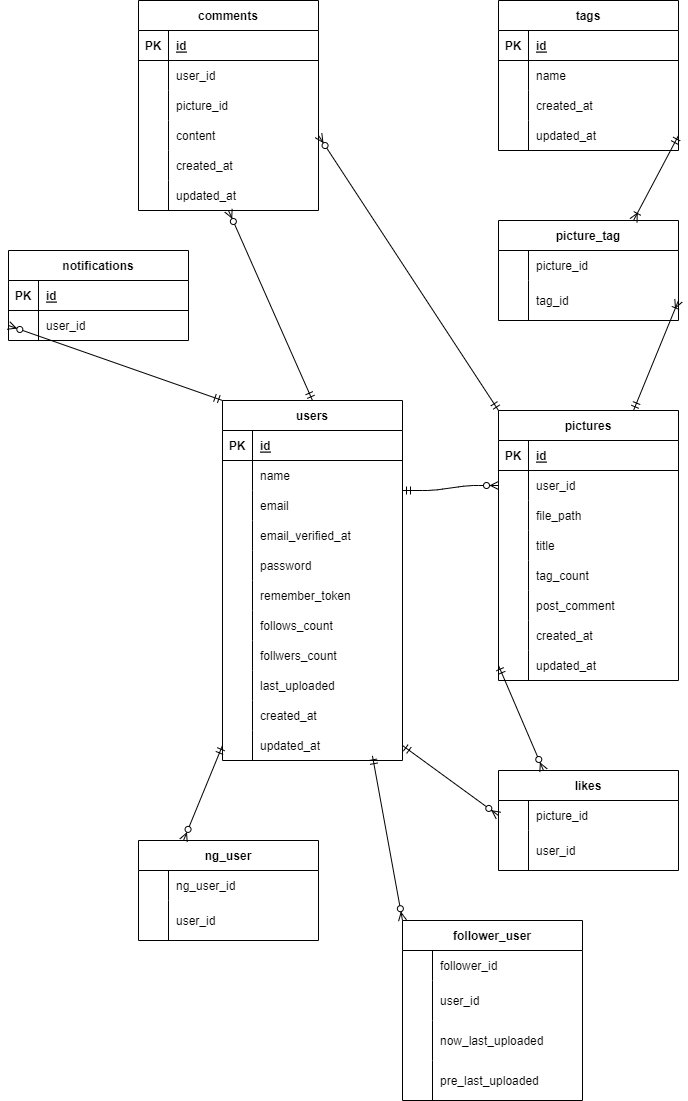
Before: picoo/picoo_backend/er.drawio.png, a diagram exported from draw.io (reth4e/picoo_Mashita). Source tidied: cells renumbered, new cells last; positions are measured from the earlier drawing's top-left corner, leaving out a move shared by most shapes.
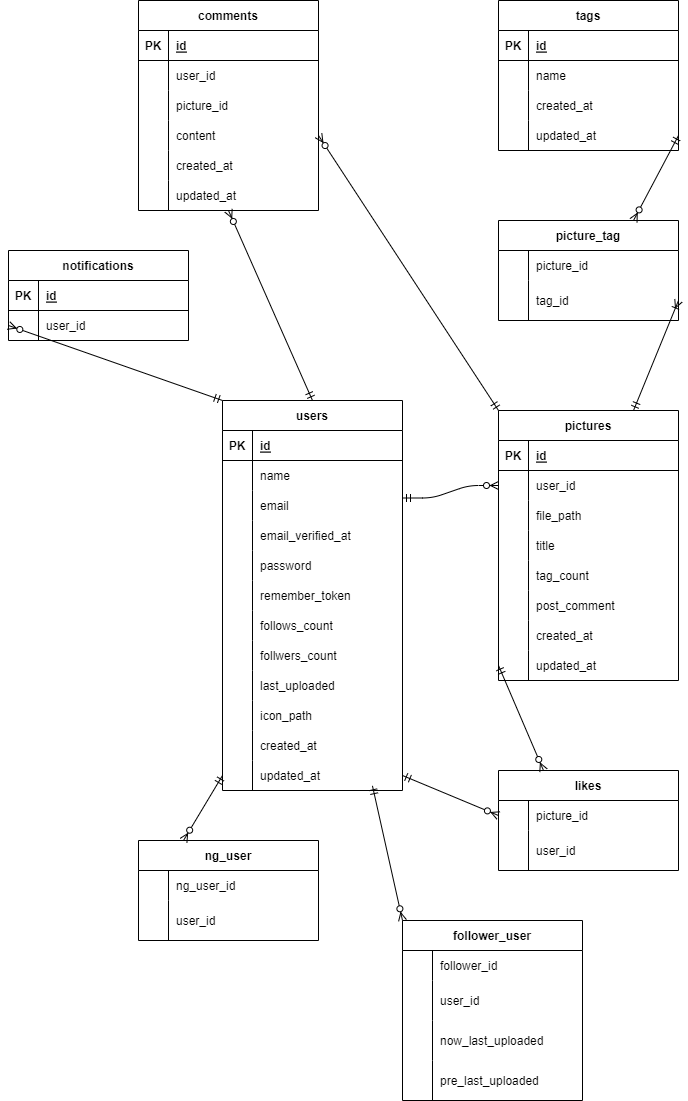
Later version of the same file.

The edit, as a diff of the source:
```diff
@@ -3,7 +3,7 @@
     <mxCell id="0" />
     <mxCell id="1" parent="0" />
     <mxCell id="2" value="users" style="shape=table;startSize=30;rowLines=0;fontStyle=1;align=center;" parent="1" vertex="1">
-      <mxGeometry x="214" y="400" width="180" height="360" as="geometry" />
+      <mxGeometry x="214" y="400" width="180" height="390" as="geometry" />
     </mxCell>
     <mxCell id="3" style="shape=tableRow;horizontal=0;startSize=0;swimlaneHead=0;swimlaneBody=0;fillColor=none;top=0;left=0;right=0;bottom=1;" parent="2" vertex="1">
       <mxGeometry y="30" width="180" height="30" as="geometry" />
@@ -86,8 +86,17 @@
     <mxCell id="29" value="last_uploaded" style="shape=partialRectangle;fillColor=none;top=0;left=0;bottom=0;right=0;align=left;spacingLeft=6;overflow=hidden;" parent="27" vertex="1">
       <mxGeometry x="30" width="150" height="30" as="geometry" />
     </mxCell>
+    <mxCell id="145" style="shape=tableRow;horizontal=0;startSize=0;swimlaneHead=0;swimlaneBody=0;fillColor=none;top=0;left=0;right=0;bottom=0;" parent="2" vertex="1">
+      <mxGeometry y="300" width="180" height="30" as="geometry" />
+    </mxCell>
+    <mxCell id="146" style="shape=partialRectangle;fillColor=none;top=0;left=0;bottom=0;right=0;overflow=hidden;" parent="145" vertex="1">
+      <mxGeometry width="30" height="30" as="geometry" />
+    </mxCell>
+    <mxCell id="147" value="icon_path" style="shape=partialRectangle;fillColor=none;top=0;left=0;bottom=0;right=0;align=left;spacingLeft=6;overflow=hidden;" parent="145" vertex="1">
+      <mxGeometry x="30" width="150" height="30" as="geometry" />
+    </mxCell>
     <mxCell id="30" style="shape=tableRow;horizontal=0;startSize=0;swimlaneHead=0;swimlaneBody=0;fillColor=none;top=0;left=0;right=0;bottom=0;" parent="2" vertex="1">
-      <mxGeometry y="300" width="180" height="30" as="geometry" />
+      <mxGeometry y="330" width="180" height="30" as="geometry" />
     </mxCell>
     <mxCell id="31" style="shape=partialRectangle;fillColor=none;top=0;left=0;bottom=0;right=0;overflow=hidden;" parent="30" vertex="1">
       <mxGeometry width="30" height="30" as="geometry" />
@@ -96,7 +105,7 @@
       <mxGeometry x="30" width="150" height="30" as="geometry" />
     </mxCell>
     <mxCell id="33" style="shape=tableRow;horizontal=0;startSize=0;swimlaneHead=0;swimlaneBody=0;fillColor=none;points=[[0,0.5],[1,0.5]];portConstraint=eastwest;top=0;left=0;right=0;bottom=0;" parent="2" vertex="1">
-      <mxGeometry y="330" width="180" height="30" as="geometry" />
+      <mxGeometry y="360" width="180" height="30" as="geometry" />
     </mxCell>
     <mxCell id="34" style="shape=partialRectangle;fillColor=none;top=0;left=0;bottom=0;right=0;overflow=hidden;" parent="33" vertex="1">
       <mxGeometry width="30" height="30" as="geometry" />
@@ -372,9 +381,6 @@
     <mxCell id="123" style="fontSize=12;html=1;endArrow=ERzeroToMany;startArrow=ERmandOne;exitX=0;exitY=0;exitDx=0;exitDy=0;entryX=1;entryY=0.5;entryDx=0;entryDy=0;" parent="1" edge="1" source="36" target="85">
       <mxGeometry relative="1" as="geometry" />
     </mxCell>
-    <mxCell id="124" style="fontSize=12;html=1;endArrow=ERoneToMany;startArrow=ERmandOne;exitX=1;exitY=0.5;exitDx=0;exitDy=0;entryX=0.75;entryY=0;entryDx=0;entryDy=0;" parent="1" edge="1" source="71" target="107">
-      <mxGeometry relative="1" as="geometry" />
-    </mxCell>
     <mxCell id="125" style="fontSize=12;html=1;endArrow=ERoneToMany;startArrow=ERmandOne;exitX=0.75;exitY=0;exitDx=0;exitDy=0;entryX=1;entryY=0.5;entryDx=0;entryDy=0;" parent="1" edge="1" source="36" target="111">
       <mxGeometry relative="1" as="geometry" />
     </mxCell>
@@ -435,5 +441,8 @@
     <mxCell id="144" style="fontSize=12;html=1;endArrow=ERzeroToMany;startArrow=ERmandOne;exitX=0;exitY=0;exitDx=0;exitDy=0;entryX=0;entryY=0.5;entryDx=0;entryDy=0;" parent="1" edge="1" source="2" target="141">
       <mxGeometry relative="1" as="geometry" />
     </mxCell>
+    <mxCell id="124" style="fontSize=12;html=1;endArrow=ERzeroToMany;startArrow=ERmandOne;exitX=1;exitY=0.5;exitDx=0;exitDy=0;entryX=0.75;entryY=0;entryDx=0;entryDy=0;" parent="1" edge="1" source="71" target="107">
+      <mxGeometry relative="1" as="geometry" />
+    </mxCell>
   </root>
 </mxGraphModel>
```
